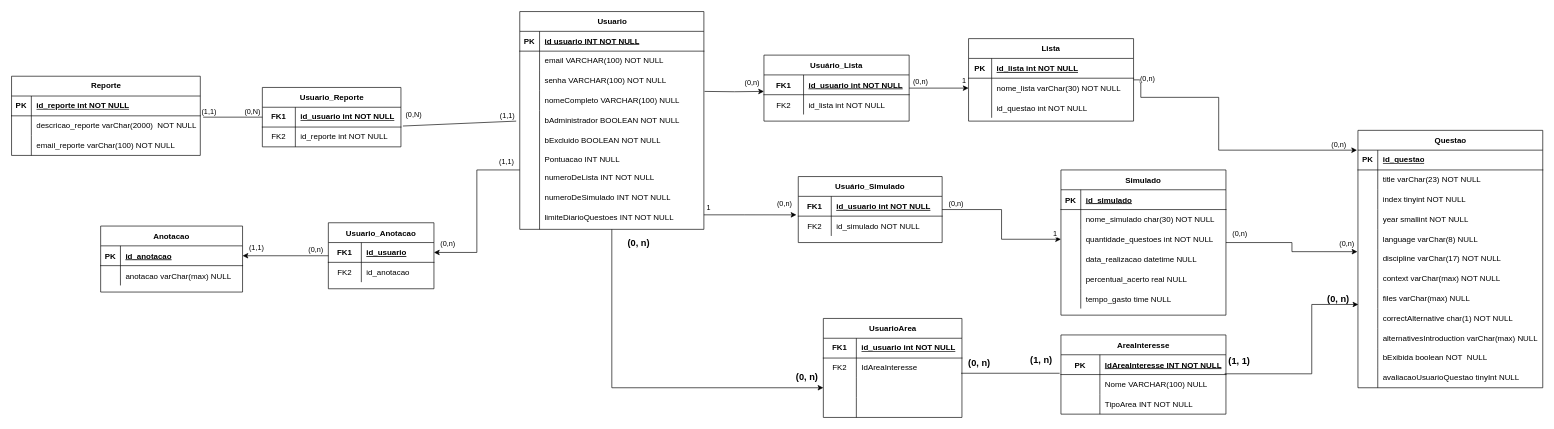
This is DIAGRAMA ER.drawio from augustorazani/QENEM-UML-Diagram, a draw.io file, before an edit. Source tidied: cells renumbered, new cells numbered last; positions are measured from the earlier drawing's top-left corner, leaving out a move shared by most shapes. Both pictures are drawn from the tidied source at 66%, with x=0, y=0 at pixel (11, 11).
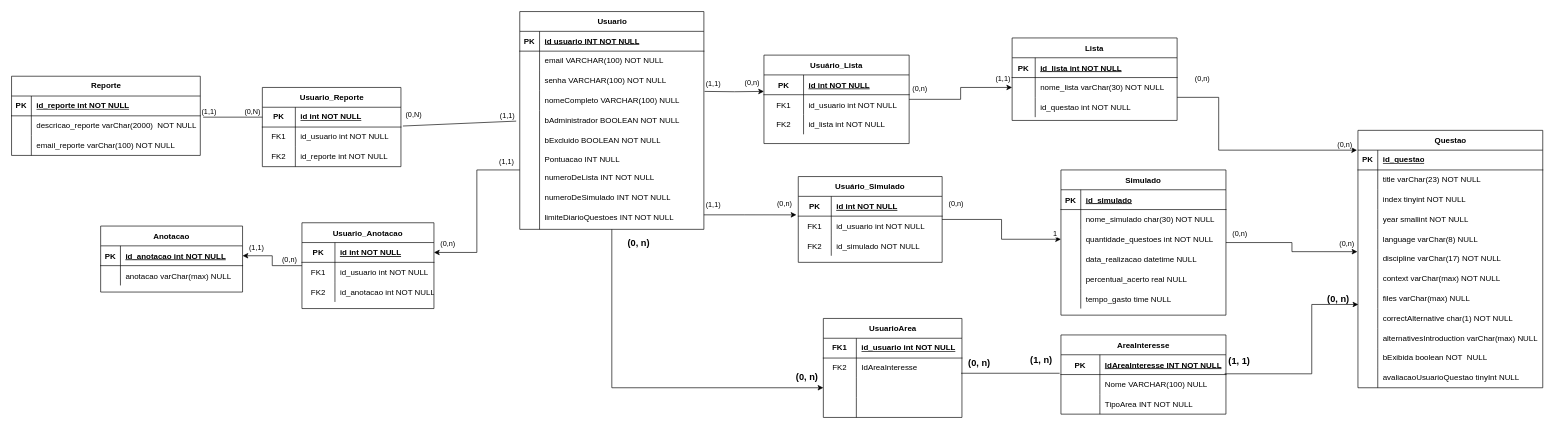
The same diagram, later.

The change refers to these unchanged cells:
```xml
<mxCell id="17" style="shape=partialRectangle;fillColor=none;points=[[0,0.5],[1,0.5]];portConstraint=eastwest;top=0;left=0;right=0;bottom=1;" parent="16" vertex="1">
  <mxGeometry y="30" width="220" height="30" as="geometry" />
</mxCell>
<mxCell id="20" style="shape=partialRectangle;fillColor=none;top=0;left=0;right=0;bottom=0;" parent="16" vertex="1">
  <mxGeometry y="60" width="220" height="30" as="geometry" />
</mxCell>
<mxCell id="28" style="shape=tableRow;horizontal=0;startSize=0;swimlaneHead=0;swimlaneBody=0;fillColor=none;points=[[0,0.5],[1,0.5]];portConstraint=eastwest;top=0;left=0;right=0;bottom=1;" parent="27" vertex="1">
  <mxGeometry y="30" width="210" height="30" as="geometry" />
</mxCell>
<mxCell id="31" style="shape=tableRow;horizontal=0;startSize=0;swimlaneHead=0;swimlaneBody=0;fillColor=none;top=0;left=0;right=0;bottom=0;" parent="27" vertex="1">
  <mxGeometry y="60" width="210" height="30" as="geometry" />
</mxCell>
<mxCell id="137" style="shape=partialRectangle;fillColor=none;top=0;left=0;right=0;bottom=1;" parent="136" vertex="1">
  <mxGeometry y="30" width="218" height="30" as="geometry" />
</mxCell>
<mxCell id="140" style="shape=partialRectangle;fillColor=none;points=[[0,0.5],[1,0.5]];portConstraint=eastwest;top=0;left=0;right=0;bottom=0;" parent="136" vertex="1">
  <mxGeometry y="60" width="218" height="30" as="geometry" />
</mxCell>
<mxCell id="143" style="edgeStyle=orthogonalEdgeStyle;rounded=0;jettySize=auto;html=1;entryX=-0.013;entryY=-0.065;entryDx=0;entryDy=0;entryPerimeter=0;" parent="1" edge="1" source="89" target="140">
  <mxGeometry relative="1" as="geometry">
    <Array as="points">
      <mxPoint x="1110" y="308" />
      <mxPoint x="1110" y="308" />
    </Array>
  </mxGeometry>
</mxCell>
<mxCell id="149" style="shape=partialRectangle;fillColor=none;points=[[0,0.5],[1,0.5]];portConstraint=eastwest;top=0;left=0;right=0;bottom=1;" parent="148" vertex="1">
  <mxGeometry y="30" width="215" height="30" as="geometry" />
</mxCell>
```

Diff of the diagram source:
```diff
@@
     <mxCell id="5" value="Lista" style="shape=table;startSize=30;childLayout=tableLayout;rowLines=0;fontStyle=1;align=center;" parent="1" vertex="1">
-      <mxGeometry x="1450" y="41" width="250" height="125" as="geometry" />
+      <mxGeometry x="1516" y="40" width="250" height="125" as="geometry" />
     </mxCell>
@@
     <mxCell id="16" value="Usuário_Lista" style="shape=table;startSize=30;childLayout=tableLayout;rowLines=0;fontStyle=1;align=center;" parent="1" vertex="1">
-      <mxGeometry x="1140" y="66" width="220" height="100" as="geometry" />
+      <mxGeometry x="1140" y="66" width="220" height="134" as="geometry" />
     </mxCell>
@@
-    <mxCell id="18" value="FK1" style="shape=partialRectangle;overflow=hidden;fillColor=none;top=0;left=0;bottom=0;right=0;fontStyle=1;" parent="17" vertex="1">
+    <mxCell id="18" value="PK" style="shape=partialRectangle;overflow=hidden;fillColor=none;top=0;left=0;bottom=0;right=0;fontStyle=1;" parent="17" vertex="1">
       <mxGeometry width="60" height="30" as="geometry" />
     </mxCell>
-    <mxCell id="19" value="id_usuario int NOT NULL " style="shape=partialRectangle;overflow=hidden;fillColor=none;top=0;left=0;bottom=0;right=0;align=left;spacingLeft=6;fontStyle=5;" parent="17" vertex="1">
+    <mxCell id="19" value="id int NOT NULL " style="shape=partialRectangle;overflow=hidden;fillColor=none;top=0;left=0;bottom=0;right=0;align=left;spacingLeft=6;fontStyle=5;" parent="17" vertex="1">
       <mxGeometry x="60" width="160" height="30" as="geometry" />
     </mxCell>
@@
-    <mxCell id="21" value="FK2" style="shape=partialRectangle;overflow=hidden;fillColor=none;top=0;left=0;bottom=0;right=0;" parent="20" vertex="1">
+    <mxCell id="21" value="FK1" style="shape=partialRectangle;overflow=hidden;fillColor=none;top=0;left=0;bottom=0;right=0;" parent="20" vertex="1">
       <mxGeometry width="60" height="30" as="geometry" />
     </mxCell>
-    <mxCell id="22" value="id_lista int NOT NULL" style="shape=partialRectangle;overflow=hidden;fillColor=none;top=0;left=0;bottom=0;right=0;align=left;spacingLeft=6;" parent="20" vertex="1">
+    <mxCell id="22" value="id_usuario int NOT NULL" style="shape=partialRectangle;overflow=hidden;fillColor=none;top=0;left=0;bottom=0;right=0;align=left;spacingLeft=6;" parent="20" vertex="1">
       <mxGeometry x="60" width="160" height="30" as="geometry" />
     </mxCell>
+    <mxCell id="201" style="shape=partialRectangle;fillColor=none;top=0;left=0;right=0;bottom=0;" parent="16" vertex="1">
+      <mxGeometry y="90" width="220" height="30" as="geometry" />
+    </mxCell>
+    <mxCell id="202" value="FK2" style="shape=partialRectangle;overflow=hidden;fillColor=none;top=0;left=0;bottom=0;right=0;" parent="201" vertex="1">
+      <mxGeometry width="60" height="30" as="geometry" />
+    </mxCell>
+    <mxCell id="203" value="id_lista int NOT NULL" style="shape=partialRectangle;overflow=hidden;fillColor=none;top=0;left=0;bottom=0;right=0;align=left;spacingLeft=6;" parent="201" vertex="1">
+      <mxGeometry x="60" width="160" height="30" as="geometry" />
+    </mxCell>
@@
     <mxCell id="25" value="(0,n)" style="edgeLabel;html=1;align=center;verticalAlign=middle;" parent="1" vertex="1">
-      <mxGeometry x="1371" y="105" as="geometry">
+      <mxGeometry x="1370" y="115" as="geometry">
         <mxPoint x="5" y="1" as="offset" />
       </mxGeometry>
     </mxCell>
-    <mxCell id="26" value="1" style="edgeLabel;html=1;align=center;verticalAlign=middle;" parent="1" vertex="1">
-      <mxGeometry x="1442" y="104" as="geometry" />
-    </mxCell>
     <mxCell id="27" value="Usuario_Reporte" style="shape=table;startSize=30;childLayout=tableLayout;rowLines=0;fontStyle=1;align=center;html=1;" parent="1" vertex="1">
-      <mxGeometry x="380" y="115" width="210" height="90" as="geometry" />
+      <mxGeometry x="380" y="115" width="210" height="120" as="geometry" />
     </mxCell>
@@
-    <mxCell id="29" value="FK1" style="shape=partialRectangle;fillColor=none;top=0;left=0;bottom=0;right=0;fontStyle=1;overflow=hidden;whiteSpace=wrap;html=1;" parent="28" vertex="1">
+    <mxCell id="29" value="PK" style="shape=partialRectangle;fillColor=none;top=0;left=0;bottom=0;right=0;fontStyle=1;overflow=hidden;whiteSpace=wrap;html=1;" parent="28" vertex="1">
       <mxGeometry width="50" height="30" as="geometry" />
     </mxCell>
-    <mxCell id="30" value="id_usuario int NOT NULL" style="shape=partialRectangle;fillColor=none;top=0;left=0;bottom=0;right=0;align=left;spacingLeft=6;fontStyle=5;overflow=hidden;whiteSpace=wrap;html=1;" parent="28" vertex="1">
+    <mxCell id="30" value="id int NOT NULL" style="shape=partialRectangle;fillColor=none;top=0;left=0;bottom=0;right=0;align=left;spacingLeft=6;fontStyle=5;overflow=hidden;whiteSpace=wrap;html=1;" parent="28" vertex="1">
       <mxGeometry x="50" width="160" height="30" as="geometry" />
     </mxCell>
@@
-    <mxCell id="32" value="FK2" style="shape=partialRectangle;fillColor=none;top=0;left=0;bottom=0;right=0;overflow=hidden;whiteSpace=wrap;html=1;" parent="31" vertex="1">
+    <mxCell id="32" value="FK1" style="shape=partialRectangle;fillColor=none;top=0;left=0;bottom=0;right=0;overflow=hidden;whiteSpace=wrap;html=1;" parent="31" vertex="1">
       <mxGeometry width="50" height="30" as="geometry" />
     </mxCell>
-    <mxCell id="33" value="id_reporte int NOT NULL" style="shape=partialRectangle;fillColor=none;top=0;left=0;bottom=0;right=0;align=left;spacingLeft=6;overflow=hidden;whiteSpace=wrap;html=1;" parent="31" vertex="1">
+    <mxCell id="33" value="id_usuario int NOT NULL" style="shape=partialRectangle;fillColor=none;top=0;left=0;bottom=0;right=0;align=left;spacingLeft=6;overflow=hidden;whiteSpace=wrap;html=1;" parent="31" vertex="1">
       <mxGeometry x="50" width="160" height="30" as="geometry" />
     </mxCell>
+    <mxCell id="204" style="shape=tableRow;horizontal=0;startSize=0;swimlaneHead=0;swimlaneBody=0;fillColor=none;top=0;left=0;right=0;bottom=0;" parent="27" vertex="1">
+      <mxGeometry y="90" width="210" height="30" as="geometry" />
+    </mxCell>
+    <mxCell id="205" value="FK2" style="shape=partialRectangle;fillColor=none;top=0;left=0;bottom=0;right=0;overflow=hidden;whiteSpace=wrap;html=1;" parent="204" vertex="1">
+      <mxGeometry width="50" height="30" as="geometry" />
+    </mxCell>
+    <mxCell id="206" value="id_reporte int NOT NULL" style="shape=partialRectangle;fillColor=none;top=0;left=0;bottom=0;right=0;align=left;spacingLeft=6;overflow=hidden;whiteSpace=wrap;html=1;" parent="204" vertex="1">
+      <mxGeometry x="50" width="160" height="30" as="geometry" />
+    </mxCell>
@@
     <mxCell id="136" value="Usuário_Simulado" style="shape=table;startSize=30;childLayout=tableLayout;rowLines=0;fontStyle=1;align=center;" parent="1" vertex="1">
-      <mxGeometry x="1192" y="250" width="218" height="100" as="geometry" />
+      <mxGeometry x="1192" y="250" width="218" height="130" as="geometry" />
     </mxCell>
@@
-    <mxCell id="138" value="FK1" style="shape=partialRectangle;overflow=hidden;fillColor=none;top=0;left=0;bottom=0;right=0;fontStyle=1;" parent="137" vertex="1">
+    <mxCell id="138" value="PK" style="shape=partialRectangle;overflow=hidden;fillColor=none;top=0;left=0;bottom=0;right=0;fontStyle=1;" parent="137" vertex="1">
       <mxGeometry width="50" height="30" as="geometry" />
     </mxCell>
-    <mxCell id="139" value="id_usuario int NOT NULL" style="shape=partialRectangle;overflow=hidden;fillColor=none;top=0;left=0;bottom=0;right=0;align=left;spacingLeft=6;fontStyle=5;" parent="137" vertex="1">
+    <mxCell id="139" value="id int NOT NULL" style="shape=partialRectangle;overflow=hidden;fillColor=none;top=0;left=0;bottom=0;right=0;align=left;spacingLeft=6;fontStyle=5;" parent="137" vertex="1">
       <mxGeometry x="50" width="168" height="30" as="geometry" />
     </mxCell>
@@
-    <mxCell id="141" value="FK2" style="shape=partialRectangle;overflow=hidden;fillColor=none;top=0;left=0;bottom=0;right=0;" parent="140" vertex="1">
+    <mxCell id="141" value="FK1" style="shape=partialRectangle;overflow=hidden;fillColor=none;top=0;left=0;bottom=0;right=0;" parent="140" vertex="1">
       <mxGeometry width="50" height="30" as="geometry" />
     </mxCell>
-    <mxCell id="142" value="id_simulado NOT NULL" style="shape=partialRectangle;overflow=hidden;fillColor=none;top=0;left=0;bottom=0;right=0;align=left;spacingLeft=6;" parent="140" vertex="1">
+    <mxCell id="142" value="id_usuario int NOT NULL" style="shape=partialRectangle;overflow=hidden;fillColor=none;top=0;left=0;bottom=0;right=0;align=left;spacingLeft=6;" parent="140" vertex="1">
       <mxGeometry x="50" width="168" height="30" as="geometry" />
     </mxCell>
+    <mxCell id="207" style="shape=partialRectangle;fillColor=none;top=0;left=0;right=0;bottom=0;" parent="136" vertex="1">
+      <mxGeometry y="90" width="218" height="30" as="geometry" />
+    </mxCell>
+    <mxCell id="208" value="FK2" style="shape=partialRectangle;overflow=hidden;fillColor=none;top=0;left=0;bottom=0;right=0;" parent="207" vertex="1">
+      <mxGeometry width="50" height="30" as="geometry" />
+    </mxCell>
+    <mxCell id="209" value="id_simulado NOT NULL" style="shape=partialRectangle;overflow=hidden;fillColor=none;top=0;left=0;bottom=0;right=0;align=left;spacingLeft=6;" parent="207" vertex="1">
+      <mxGeometry x="50" width="168" height="30" as="geometry" />
+    </mxCell>
@@
-    <mxCell id="144" value="1" style="edgeLabel;html=1;align=center;verticalAlign=middle;" parent="143" vertex="1">
-      <mxGeometry x="-0.8" relative="1" as="geometry">
-        <mxPoint x="-8" y="-12" as="offset" />
-      </mxGeometry>
-    </mxCell>
@@
-    <mxCell id="151" value="id_anotacao" style="shape=partialRectangle;overflow=hidden;fillColor=none;top=0;left=0;bottom=0;right=0;align=left;spacingLeft=6;fontStyle=5;" parent="149" vertex="1">
+    <mxCell id="151" value="id_anotacao int NOT NULL" style="shape=partialRectangle;overflow=hidden;fillColor=none;top=0;left=0;bottom=0;right=0;align=left;spacingLeft=6;fontStyle=5;" parent="149" vertex="1">
       <mxGeometry x="30" width="185" height="30" as="geometry" />
     </mxCell>
@@
     <mxCell id="156" value="Usuario_Anotacao" style="shape=table;startSize=30;childLayout=tableLayout;rowLines=0;fontStyle=1;align=center;" parent="1" vertex="1">
-      <mxGeometry x="480" y="320" width="160" height="100" as="geometry" />
+      <mxGeometry x="440" y="320" width="200" height="130" as="geometry" />
     </mxCell>
     <mxCell id="157" style="shape=partialRectangle;fillColor=none;points=[[0,0.5],[1,0.5]];portConstraint=eastwest;top=0;left=0;right=0;bottom=1;" parent="156" vertex="1">
-      <mxGeometry y="30" width="160" height="30" as="geometry" />
+      <mxGeometry y="30" width="200" height="30" as="geometry" />
     </mxCell>
-    <mxCell id="158" value="FK1" style="shape=partialRectangle;overflow=hidden;fillColor=none;top=0;left=0;bottom=0;right=0;fontStyle=1;" parent="157" vertex="1">
+    <mxCell id="158" value="PK" style="shape=partialRectangle;overflow=hidden;fillColor=none;top=0;left=0;bottom=0;right=0;fontStyle=1;" parent="157" vertex="1">
       <mxGeometry width="50" height="30" as="geometry" />
     </mxCell>
-    <mxCell id="159" value="id_usuario" style="shape=partialRectangle;overflow=hidden;fillColor=none;top=0;left=0;bottom=0;right=0;align=left;spacingLeft=6;fontStyle=5;" parent="157" vertex="1">
-      <mxGeometry x="50" width="110" height="30" as="geometry" />
+    <mxCell id="159" value="id int NOT NULL" style="shape=partialRectangle;overflow=hidden;fillColor=none;top=0;left=0;bottom=0;right=0;align=left;spacingLeft=6;fontStyle=5;" parent="157" vertex="1">
+      <mxGeometry x="50" width="150" height="30" as="geometry" />
     </mxCell>
     <mxCell id="160" style="shape=partialRectangle;fillColor=none;top=0;left=0;right=0;bottom=0;" parent="156" vertex="1">
-      <mxGeometry y="60" width="160" height="30" as="geometry" />
+      <mxGeometry y="60" width="200" height="30" as="geometry" />
     </mxCell>
-    <mxCell id="161" value="FK2" style="shape=partialRectangle;overflow=hidden;fillColor=none;top=0;left=0;bottom=0;right=0;" parent="160" vertex="1">
+    <mxCell id="161" value="FK1" style="shape=partialRectangle;overflow=hidden;fillColor=none;top=0;left=0;bottom=0;right=0;" parent="160" vertex="1">
       <mxGeometry width="50" height="30" as="geometry" />
     </mxCell>
-    <mxCell id="162" value="id_anotacao" style="shape=partialRectangle;overflow=hidden;fillColor=none;top=0;left=0;bottom=0;right=0;align=left;spacingLeft=6;" parent="160" vertex="1">
-      <mxGeometry x="50" width="110" height="30" as="geometry" />
+    <mxCell id="162" value="id_usuario int NOT NULL" style="shape=partialRectangle;overflow=hidden;fillColor=none;top=0;left=0;bottom=0;right=0;align=left;spacingLeft=6;" parent="160" vertex="1">
+      <mxGeometry x="50" width="150" height="30" as="geometry" />
     </mxCell>
+    <mxCell id="210" style="shape=partialRectangle;fillColor=none;top=0;left=0;right=0;bottom=0;" parent="156" vertex="1">
+      <mxGeometry y="90" width="200" height="30" as="geometry" />
+    </mxCell>
+    <mxCell id="211" value="FK2" style="shape=partialRectangle;overflow=hidden;fillColor=none;top=0;left=0;bottom=0;right=0;" parent="210" vertex="1">
+      <mxGeometry width="50" height="30" as="geometry" />
+    </mxCell>
+    <mxCell id="212" value="id_anotacao int NOT NULL" style="shape=partialRectangle;overflow=hidden;fillColor=none;top=0;left=0;bottom=0;right=0;align=left;spacingLeft=6;" parent="210" vertex="1">
+      <mxGeometry x="50" width="150" height="30" as="geometry" />
+    </mxCell>
@@
     <mxCell id="165" value="(0,n)" style="edgeLabel;html=1;align=center;verticalAlign=middle;" parent="1" vertex="1">
-      <mxGeometry x="460" y="360" as="geometry" />
+      <mxGeometry x="420" y="375" as="geometry" />
     </mxCell>
@@
+    <mxCell id="213" value="(1,1)" style="edgeLabel;html=1;align=center;verticalAlign=middle;" parent="1" vertex="1">
+      <mxGeometry x="1063" y="106" as="geometry">
+        <mxPoint x="-1" y="2" as="offset" />
+      </mxGeometry>
+    </mxCell>
+    <mxCell id="214" value="(1,1)" style="edgeLabel;html=1;align=center;verticalAlign=middle;" parent="1" vertex="1">
+      <mxGeometry x="1502" y="98" as="geometry">
+        <mxPoint x="-1" y="2" as="offset" />
+      </mxGeometry>
+    </mxCell>
+    <mxCell id="215" value="(1,1)" style="edgeLabel;html=1;align=center;verticalAlign=middle;" parent="1" vertex="1">
+      <mxGeometry x="1063" y="290" as="geometry">
+        <mxPoint x="-1" y="2" as="offset" />
+      </mxGeometry>
+    </mxCell>
```
